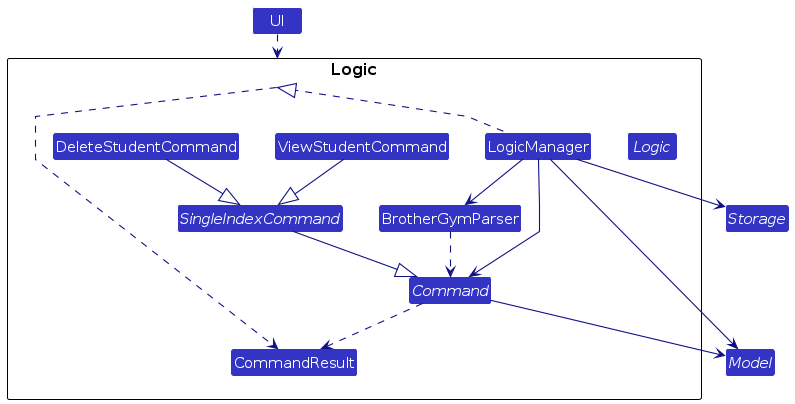
AY2627S1-CS2103T-T11-4/tp keeps this PlantUML diagram as diagrams/LogicClassDiagram.png. Above is the earlier version. Its source is kept beside it as diagrams/LogicClassDiagram.puml.
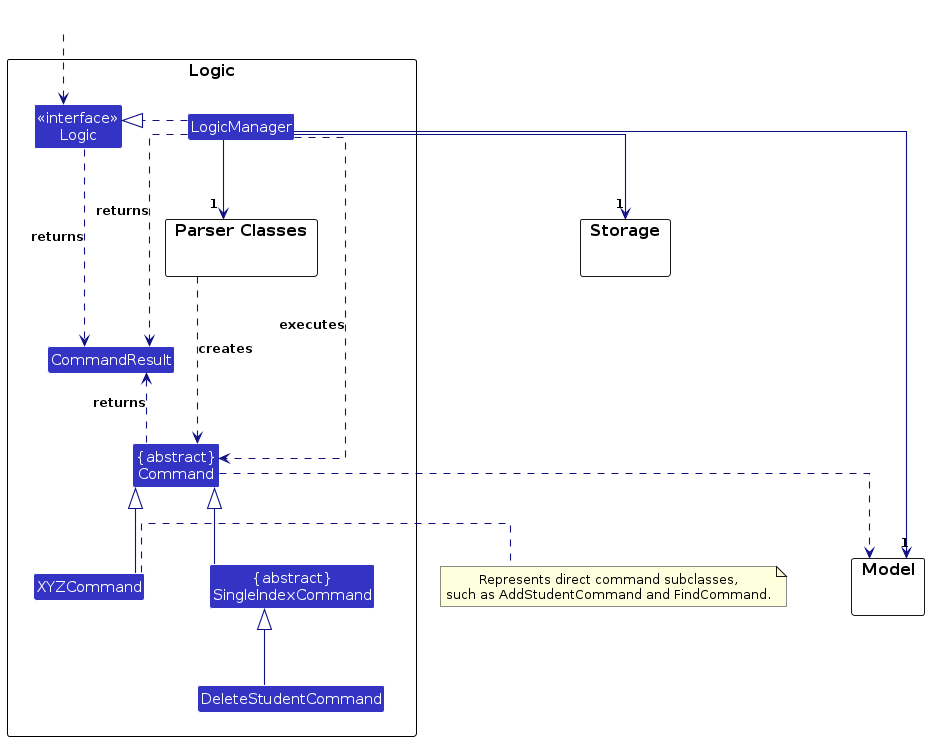
After the commit.

Diff of the diagram source:
```diff
@@ -1,40 +1,62 @@
 @startuml
 !include style.puml
 top to bottom direction
-skinparam linetype polyline
-skinparam nodesep 35
-skinparam ranksep 45
+skinparam linetype ortho
+skinparam nodesep 65
+skinparam ranksep 70
 skinparam arrowThickness 1.1
 skinparam arrowColor LOGIC_COLOR_T4
 skinparam classBackgroundColor LOGIC_COLOR
 
-class UI
+class HiddenOutside #FFFFFF
 
-package Logic {
-    interface Logic
+package "Logic" as LogicComponent {
     class LogicManager
-    class BrotherGymParser
-    abstract class Command
-    abstract class SingleIndexCommand
-    class ViewStudentCommand
+    class "<<interface>>\nLogic" as LogicApi
+
+    package "Parser Classes" as ParserClasses {}
+
+    class CommandResult
+    class "{abstract}\nCommand" as Command
+    class "{abstract}\nSingleIndexCommand" as SingleIndexCommand
+    class XYZCommand
     class DeleteStudentCommand
-    class CommandResult
 }
 
-interface Model
-interface Storage
+package "Storage" as StorageComponent {}
 
-UI ..> Logic
-LogicManager .up.|> Logic
-LogicManager --> BrotherGymParser
-BrotherGymParser ..> Command
-LogicManager --> Command
-SingleIndexCommand --|> Command
-ViewStudentCommand --|> SingleIndexCommand
-DeleteStudentCommand --|> SingleIndexCommand
-Command --> Model
-LogicManager --> Model
-LogicManager --> Storage
-Command ..> CommandResult
-Logic ..> CommandResult
+package "Model" as ModelComponent {}
+
+HiddenOutside ..> LogicApi
+LogicManager .right.|> LogicApi
+LogicManager --> "1" ParserClasses
+LogicManager --> "1" StorageComponent
+LogicManager --> "1" ModelComponent
+LogicManager ..> Command : executes
+LogicManager ..> CommandResult : returns
+ParserClasses ..> Command : creates
+LogicApi ..> CommandResult : returns
+Command ..> ModelComponent
+Command ..> CommandResult : returns
+
+SingleIndexCommand -up-|> Command
+XYZCommand -up-|> Command
+DeleteStudentCommand -up-|> SingleIndexCommand
+
+note right of XYZCommand
+    Represents direct command subclasses,
+    such as AddStudentCommand and FindCommand.
+end note
+
+HiddenOutside -[hidden]down-> LogicApi
+LogicManager -[hidden]right-> LogicApi
+LogicManager -[hidden]down-> ParserClasses
+ParserClasses -[hidden]down-> CommandResult
+CommandResult -[hidden]down-> Command
+Command -[hidden]down-> XYZCommand
+XYZCommand -[hidden]right-> SingleIndexCommand
+SingleIndexCommand -[hidden]down-> DeleteStudentCommand
+LogicComponent -[hidden]right-> StorageComponent
+StorageComponent -[hidden]down-> ModelComponent
+
 @enduml
```
